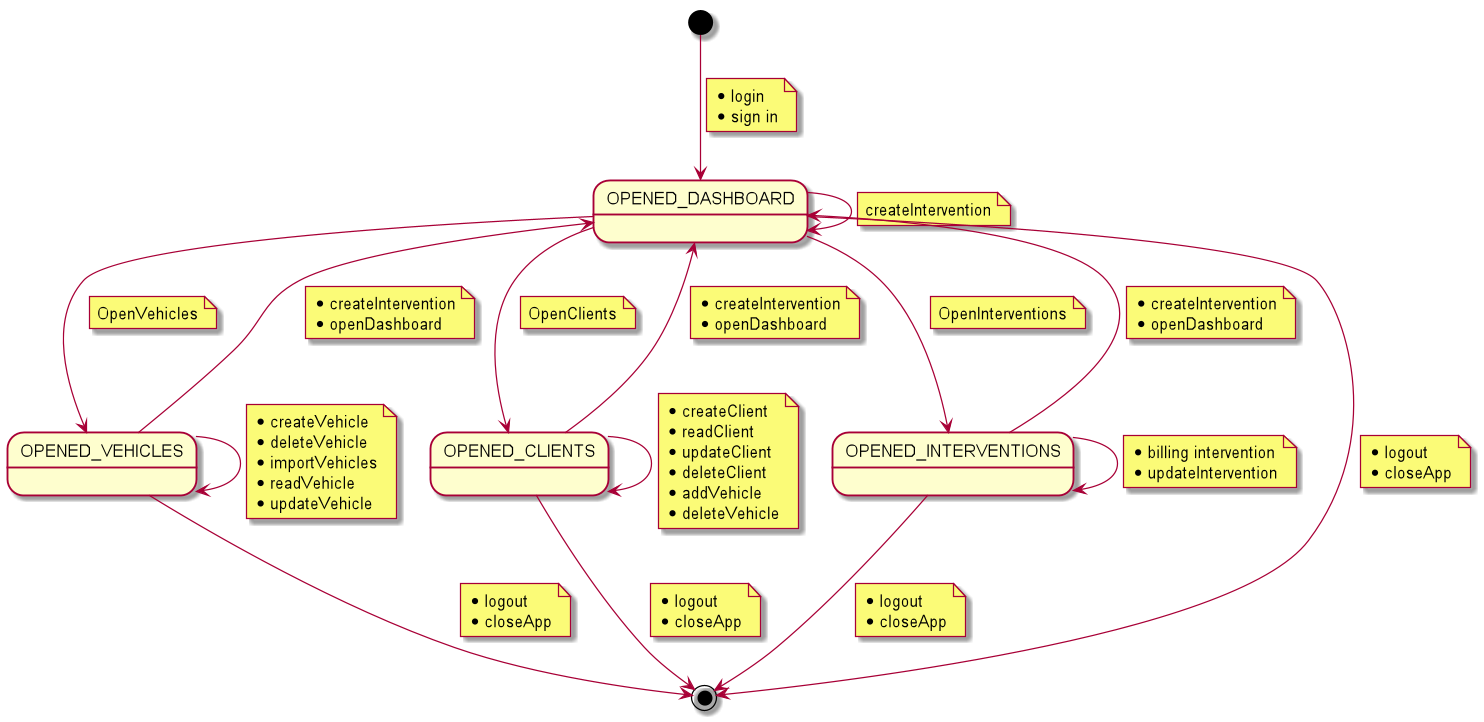
Ruskab/agrimManager keeps this PlantUML diagram as documentation/requiremets/contextDiagram/png/contextDiagram.png. Above is the earlier version. Its diagram source:
```plantuml
@startuml

[*] --> OPENED_DASHBOARD
 note on link
    * login
    * sign in
 end note
OPENED_DASHBOARD --> OPENED_VEHICLES
    note on link
        OpenVehicles
    end note
OPENED_DASHBOARD --> OPENED_DASHBOARD
    note on link
        createIntervention
    end note

OPENED_VEHICLES --> OPENED_VEHICLES
    note on link
        * createVehicle
        * deleteVehicle
        * importVehicles
        * readVehicle
        * updateVehicle
    end note
OPENED_VEHICLES --> OPENED_DASHBOARD
    note on link
    * createIntervention
    * openDashboard
    end note


OPENED_DASHBOARD --> OPENED_CLIENTS
    note on link
        OpenClients
    end note
OPENED_CLIENTS --> OPENED_CLIENTS
    note on link
    * createClient
    * readClient
    * updateClient
    * deleteClient
    * addVehicle
    * deleteVehicle
    end note
OPENED_CLIENTS --> OPENED_DASHBOARD
    note on link
    * createIntervention
    * openDashboard
    end note


OPENED_DASHBOARD --> OPENED_INTERVENTIONS
    note on link
        OpenInterventions
    end note
OPENED_INTERVENTIONS --> OPENED_INTERVENTIONS
    note on link
        * billing intervention
        * updateIntervention
    end note
OPENED_INTERVENTIONS --> OPENED_DASHBOARD
    note on link
    * createIntervention
    * openDashboard
    end note

OPENED_DASHBOARD --> [*]
    note on link
    * logout
    * closeApp
    end note
OPENED_VEHICLES --> [*]
    note on link
    * logout
    * closeApp
    end note
OPENED_CLIENTS --> [*]
    note on link
    * logout
    * closeApp
    end note
OPENED_INTERVENTIONS --> [*]
    note on link
    * logout
    * closeApp
    end note
@enduml
```
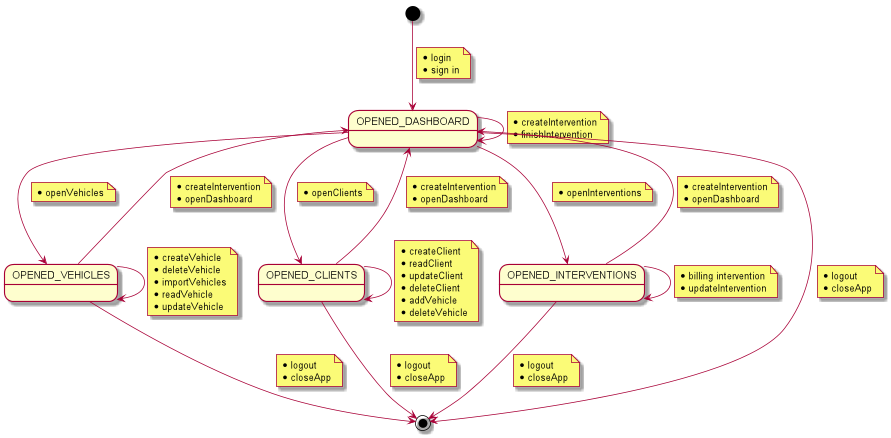
The same diagram one commit later.

Commit message:
issue #54 openDashboard use case especification

Diff of the diagram source:
```diff
@@ -1,5 +1,4 @@
 @startuml
-
 [*] --> OPENED_DASHBOARD
  note on link
     * login
@@ -7,11 +6,12 @@
  end note
 OPENED_DASHBOARD --> OPENED_VEHICLES
     note on link
-        OpenVehicles
+        * openVehicles
     end note
 OPENED_DASHBOARD --> OPENED_DASHBOARD
     note on link
-        createIntervention
+        * createIntervention
+        * finishIntervention
     end note
 
 OPENED_VEHICLES --> OPENED_VEHICLES
@@ -31,7 +31,7 @@
 
 OPENED_DASHBOARD --> OPENED_CLIENTS
     note on link
-        OpenClients
+        * openClients
     end note
 OPENED_CLIENTS --> OPENED_CLIENTS
     note on link
@@ -51,7 +51,7 @@
 
 OPENED_DASHBOARD --> OPENED_INTERVENTIONS
     note on link
-        OpenInterventions
+        * openInterventions
     end note
 OPENED_INTERVENTIONS --> OPENED_INTERVENTIONS
     note on link
```
